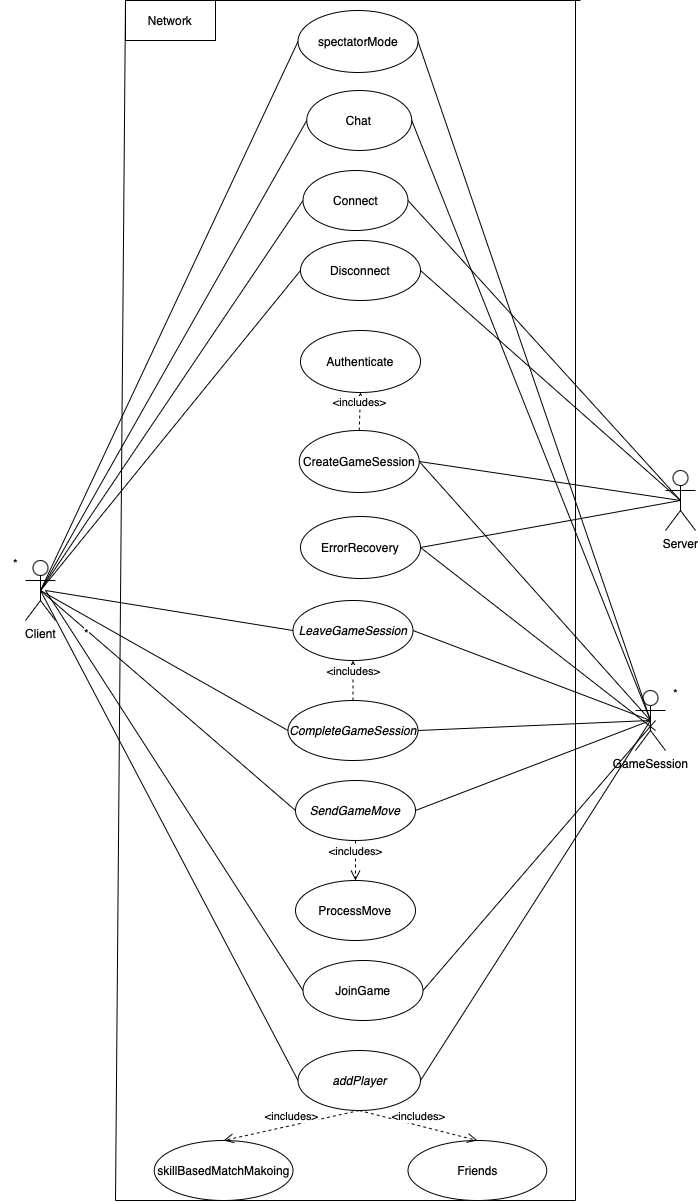
Above: docs/diagrams/NetworkingUseCaseDiagram.png in marinara782/OMG-Multiplayer-Project (draw.io), before the change. Source tidied: cells renumbered, new cells last; positions are measured from the earlier drawing's top-left corner, leaving out a move shared by most shapes.
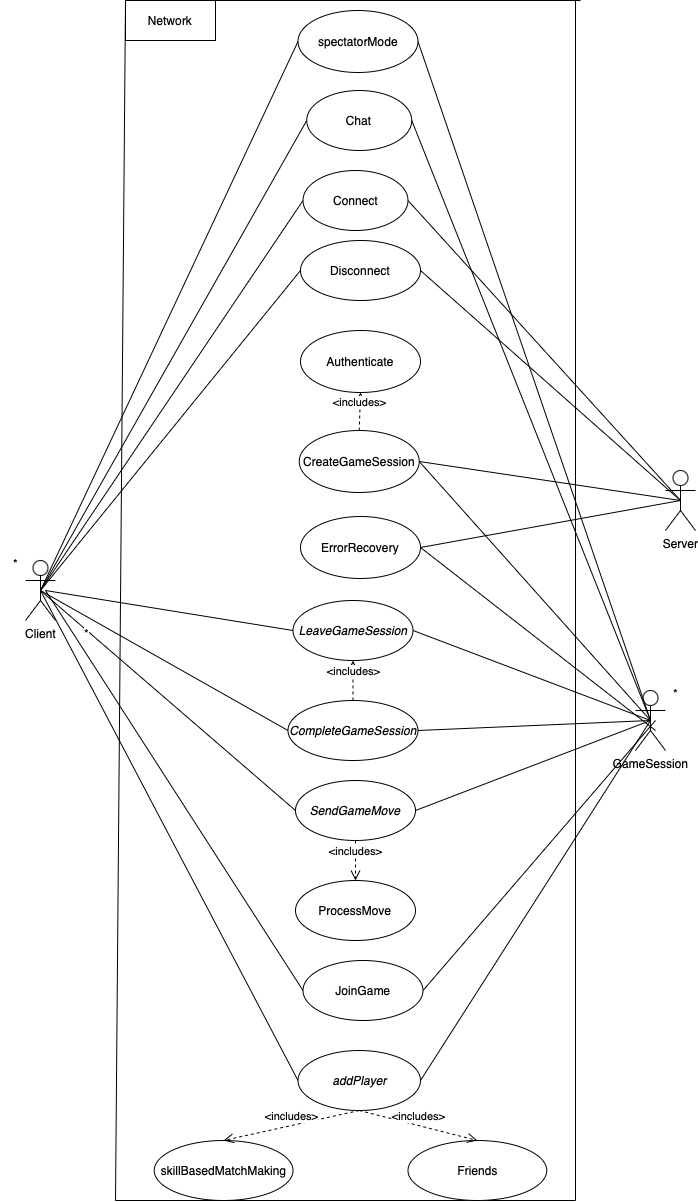
After the change.

Change to the diagram source:
```diff
@@ -67,7 +67,7 @@
     <mxCell id="22" style="endArrow=none;html=1;rounded=0;entryX=0.5;entryY=0.5;entryDx=0;entryDy=0;entryPerimeter=0;exitX=0;exitY=0.5;exitDx=0;exitDy=0;" parent="1" edge="1" source="20" target="2">
       <mxGeometry relative="1" as="geometry" />
     </mxCell>
-    <mxCell id="23" value="skillBasedMatchMakoing" style="ellipse;whiteSpace=wrap;html=1;" parent="1" vertex="1">
+    <mxCell id="23" value="skillBasedMatchMaking" style="ellipse;whiteSpace=wrap;html=1;" parent="1" vertex="1">
       <mxGeometry x="153.8" y="1140" width="138.8" height="60" as="geometry" />
     </mxCell>
     <mxCell id="24" value="ProcessMove" style="ellipse;whiteSpace=wrap;html=1;" parent="1" vertex="1">
```
